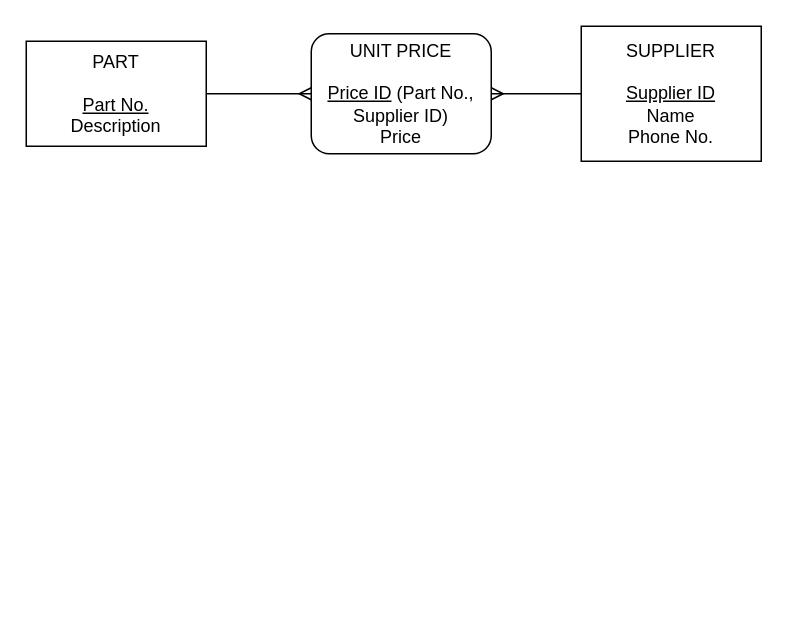
This is Untitled Diagram.drawio from SamanZargarzadeh/ERD, a draw.io file, before an edit. Source tidied: cells renumbered, new cells numbered last; positions are measured from the earlier drawing's top-left corner, leaving out a move shared by most shapes. Both pictures are drawn from the tidied source at 150%, with x=0, y=0 at pixel (26, 26).
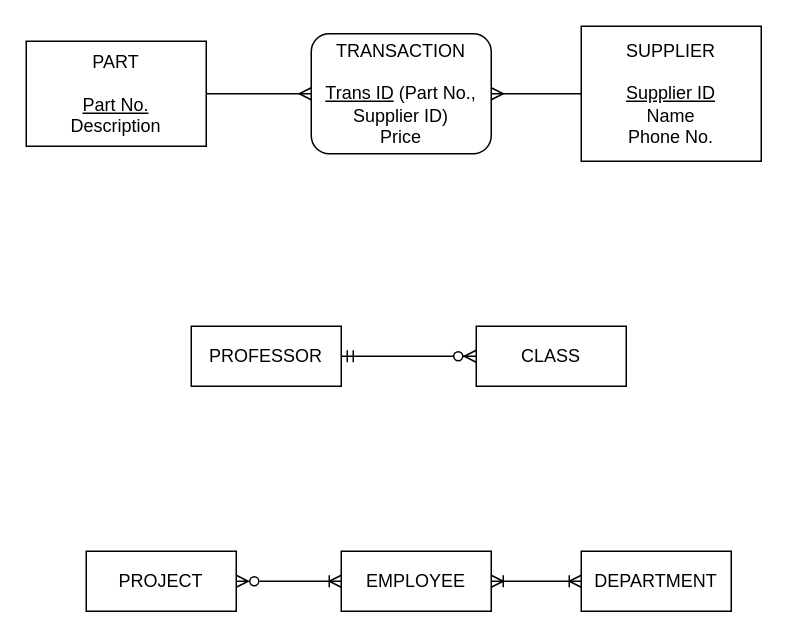
The same diagram, later.

Diff of the diagram source:
```diff
@@
 <mxGraphModel>
   <root>
     <mxCell id="0" />
     <mxCell id="1" parent="0" />
     <mxCell id="2" value="PART&lt;br&gt;&lt;br&gt;&lt;u&gt;Part No.&lt;br&gt;&lt;/u&gt;Description" style="rounded=0;whiteSpace=wrap;html=1;" parent="1" vertex="1">
       <mxGeometry y="10" width="120" height="70" as="geometry" />
     </mxCell>
     <mxCell id="3" value="SUPPLIER&lt;br&gt;&lt;br&gt;&lt;u&gt;Supplier ID&lt;br&gt;&lt;/u&gt;Name&lt;br&gt;Phone No." style="rounded=0;whiteSpace=wrap;html=1;" parent="1" vertex="1">
       <mxGeometry x="370" width="120" height="90" as="geometry" />
     </mxCell>
-    <mxCell id="4" value="UNIT PRICE&lt;br&gt;&lt;br&gt;&lt;u&gt;Price ID&lt;/u&gt;&amp;nbsp;(Part No., Supplier ID)&lt;br&gt;Price" style="rounded=1;whiteSpace=wrap;html=1;" parent="1" vertex="1">
+    <mxCell id="4" value="TRANSACTION&lt;br&gt;&lt;br&gt;&lt;u&gt;Trans ID&lt;/u&gt;&amp;nbsp;(Part No., Supplier ID)&lt;br&gt;Price" style="rounded=1;whiteSpace=wrap;html=1;" parent="1" vertex="1">
       <mxGeometry x="190" y="5" width="120" height="80" as="geometry" />
     </mxCell>
     <mxCell id="5" style="edgeStyle=entityRelationEdgeStyle;fontSize=12;html=1;endArrow=ERmany;rounded=0;exitX=1;exitY=0.5;exitDx=0;exitDy=0;entryX=0;entryY=0.5;entryDx=0;entryDy=0;" parent="1" edge="1" source="2" target="4">
       <mxGeometry relative="1" as="geometry" />
     </mxCell>
     <mxCell id="6" style="edgeStyle=entityRelationEdgeStyle;fontSize=12;html=1;endArrow=ERmany;rounded=0;exitX=0;exitY=0.5;exitDx=0;exitDy=0;entryX=1;entryY=0.5;entryDx=0;entryDy=0;" parent="1" edge="1" source="3" target="4">
       <mxGeometry relative="1" as="geometry" />
     </mxCell>
+    <mxCell id="7" value="PROFESSOR" style="whiteSpace=wrap;html=1;align=center;" parent="1" vertex="1">
+      <mxGeometry x="110" y="200" width="100" height="40" as="geometry" />
+    </mxCell>
+    <mxCell id="8" value="CLASS" style="whiteSpace=wrap;html=1;align=center;" parent="1" vertex="1">
+      <mxGeometry x="300" y="200" width="100" height="40" as="geometry" />
+    </mxCell>
+    <mxCell id="9" style="edgeStyle=entityRelationEdgeStyle;fontSize=12;html=1;endArrow=ERzeroToMany;endFill=1;rounded=0;exitX=1;exitY=0.5;exitDx=0;exitDy=0;entryX=0;entryY=0.5;entryDx=0;entryDy=0;startArrow=ERmandOne;startFill=0;" parent="1" edge="1" source="7" target="8">
+      <mxGeometry relative="1" as="geometry" />
+    </mxCell>
+    <mxCell id="10" style="edgeStyle=orthogonalEdgeStyle;rounded=0;jettySize=auto;html=1;exitX=1;exitY=0.5;exitDx=0;exitDy=0;entryX=0;entryY=0.5;entryDx=0;entryDy=0;endArrow=ERoneToMany;endFill=0;startArrow=ERoneToMany;startFill=0;" parent="1" edge="1" source="11" target="12">
+      <mxGeometry relative="1" as="geometry" />
+    </mxCell>
+    <mxCell id="11" value="EMPLOYEE" style="whiteSpace=wrap;html=1;align=center;" parent="1" vertex="1">
+      <mxGeometry x="210" y="350" width="100" height="40" as="geometry" />
+    </mxCell>
+    <mxCell id="12" value="DEPARTMENT" style="whiteSpace=wrap;html=1;align=center;" parent="1" vertex="1">
+      <mxGeometry x="370" y="350" width="100" height="40" as="geometry" />
+    </mxCell>
+    <mxCell id="13" style="edgeStyle=orthogonalEdgeStyle;rounded=0;jettySize=auto;html=1;entryX=0;entryY=0.5;entryDx=0;entryDy=0;endArrow=ERoneToMany;endFill=0;startArrow=ERzeroToMany;startFill=0;" parent="1" edge="1" source="14" target="11">
+      <mxGeometry relative="1" as="geometry" />
+    </mxCell>
+    <mxCell id="14" value="PROJECT" style="whiteSpace=wrap;html=1;align=center;" parent="1" vertex="1">
+      <mxGeometry x="40" y="350" width="100" height="40" as="geometry" />
+    </mxCell>
   </root>
 </mxGraphModel>
```
